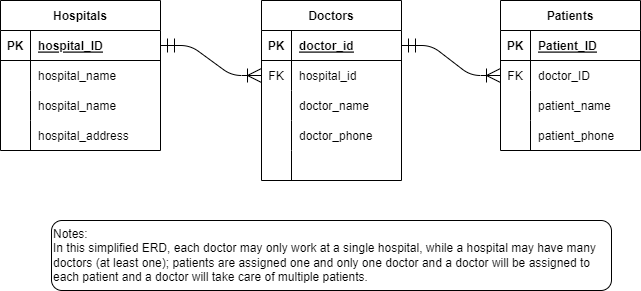
Above: datamanipulation/erd-hospital.png in teacher-mrdv/ict-coding (draw.io), before the change. Source tidied: cells renumbered, new cells last; positions are measured from the earlier drawing's top-left corner, leaving out a move shared by most shapes.
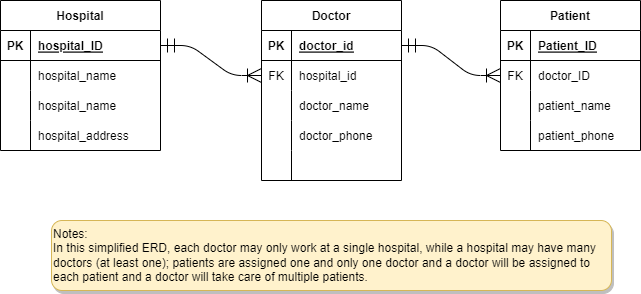
The same diagram one commit later.

What changed in the source:
```diff
@@ -8,7 +8,7 @@
     <mxCell id="3" style="edgeStyle=entityRelationEdgeStyle;endArrow=ERoneToMany;startArrow=ERmandOne;endFill=0;startFill=0;endSize=12;startSize=12;" parent="1" edge="1" source="5" target="24">
       <mxGeometry relative="1" as="geometry" />
     </mxCell>
-    <mxCell id="4" value="Doctors" style="shape=table;startSize=30;rowLines=0;fontStyle=1;align=center;" parent="1" vertex="1">
+    <mxCell id="4" value="Doctor" style="shape=table;startSize=30;rowLines=0;fontStyle=1;align=center;" parent="1" vertex="1">
       <mxGeometry x="261" width="140" height="180" as="geometry" />
     </mxCell>
     <mxCell id="5" style="shape=partialRectangle;fillColor=none;points=[[0,0.5],[1,0.5]];portConstraint=eastwest;top=0;left=0;right=0;bottom=1;" parent="4" vertex="1">
@@ -56,7 +56,7 @@
     <mxCell id="19" style="shape=partialRectangle;overflow=hidden;fillColor=none;top=0;left=0;bottom=0;right=0;align=left;spacingLeft=6;" parent="17" vertex="1">
       <mxGeometry x="30" width="110" height="30" as="geometry" />
     </mxCell>
-    <mxCell id="20" value="Patients" style="shape=table;startSize=30;rowLines=0;fontStyle=1;align=center;" parent="1" vertex="1">
+    <mxCell id="20" value="Patient" style="shape=table;startSize=30;rowLines=0;fontStyle=1;align=center;" parent="1" vertex="1">
       <mxGeometry x="500" width="140" height="150" as="geometry" />
     </mxCell>
     <mxCell id="21" style="shape=partialRectangle;fillColor=none;top=0;left=0;right=0;bottom=1;" parent="20" vertex="1">
@@ -95,7 +95,7 @@
     <mxCell id="32" value="patient_phone" style="shape=partialRectangle;overflow=hidden;fillColor=none;top=0;left=0;bottom=0;right=0;align=left;spacingLeft=6;" parent="30" vertex="1">
       <mxGeometry x="30" width="110" height="30" as="geometry" />
     </mxCell>
-    <mxCell id="33" value="Hospitals" style="shape=table;startSize=30;rowLines=0;fontStyle=1;align=center;" parent="1" vertex="1">
+    <mxCell id="33" value="Hospital" style="shape=table;startSize=30;rowLines=0;fontStyle=1;align=center;" parent="1" vertex="1">
       <mxGeometry width="160" height="150" as="geometry" />
     </mxCell>
     <mxCell id="34" style="shape=partialRectangle;fillColor=none;points=[[0,0.5],[1,0.5]];portConstraint=eastwest;top=0;left=0;right=0;bottom=1;" parent="33" vertex="1">
@@ -134,7 +134,7 @@
     <mxCell id="45" value="hospital_address" style="shape=partialRectangle;overflow=hidden;fillColor=none;top=0;left=0;bottom=0;right=0;align=left;spacingLeft=6;" parent="43" vertex="1">
       <mxGeometry x="30" width="130" height="30" as="geometry" />
     </mxCell>
-    <mxCell id="46" value="Notes:&lt;br&gt;In this simplified ERD, each doctor may only work at a single hospital, while a hospital may have many doctors (at least one); patients are assigned one and only one doctor and a doctor will be assigned to each patient and a doctor will take care of multiple patients." style="rounded=1;whiteSpace=wrap;html=1;align=left;" parent="1" vertex="1">
+    <mxCell id="46" value="Notes:&lt;br&gt;In this simplified ERD, each doctor may only work at a single hospital, while a hospital may have many doctors (at least one); patients are assigned one and only one doctor and a doctor will be assigned to each patient and a doctor will take care of multiple patients." style="rounded=1;whiteSpace=wrap;html=1;align=left;perimeterSpacing=12;glass=0;sketch=0;shadow=1;fillColor=#fff2cc;strokeColor=#d6b656;" parent="1" vertex="1">
       <mxGeometry x="51" y="220" width="560" height="70" as="geometry" />
     </mxCell>
   </root>
```
